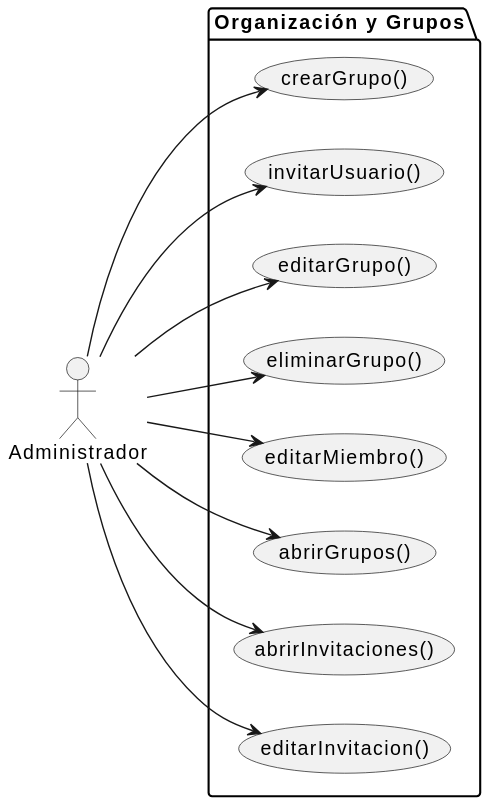
Earlier version of the PlantUML export documents/actoresYCasosDeUso/diagramas/diagramaOrganizaciónYGrupos/diagramaOrganizacionYGruposAdmin.svg (inigovaqueroo04/25-26-IdSw1-SdR).
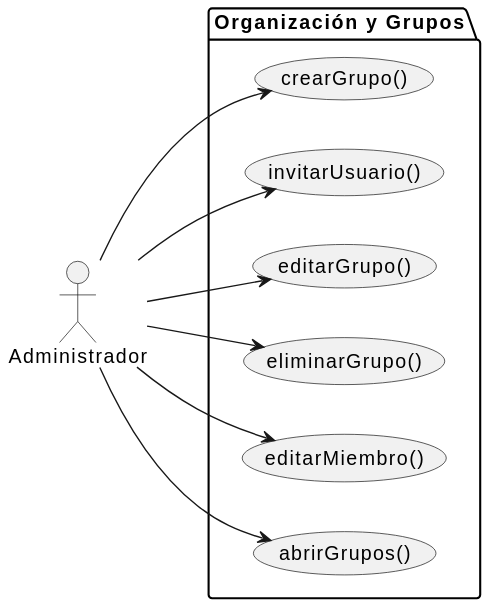
After the commit.

Diff of the diagram source:
```diff
@@ -10,8 +10,6 @@
     usecase "eliminarGrupo()" as UC_G4
     usecase "editarMiembro()" as UC_G5
     usecase "abrirGrupos()" as UC_G6
-    usecase "abrirInvitaciones()" as UC_G7
-    usecase "editarInvitacion()" as UC_G8
 
 }
 
@@ -21,6 +19,4 @@
 Admin --> UC_G4
 Admin --> UC_G5
 Admin --> UC_G6
-Admin --> UC_G7
-Admin --> UC_G8
 @enduml
```
